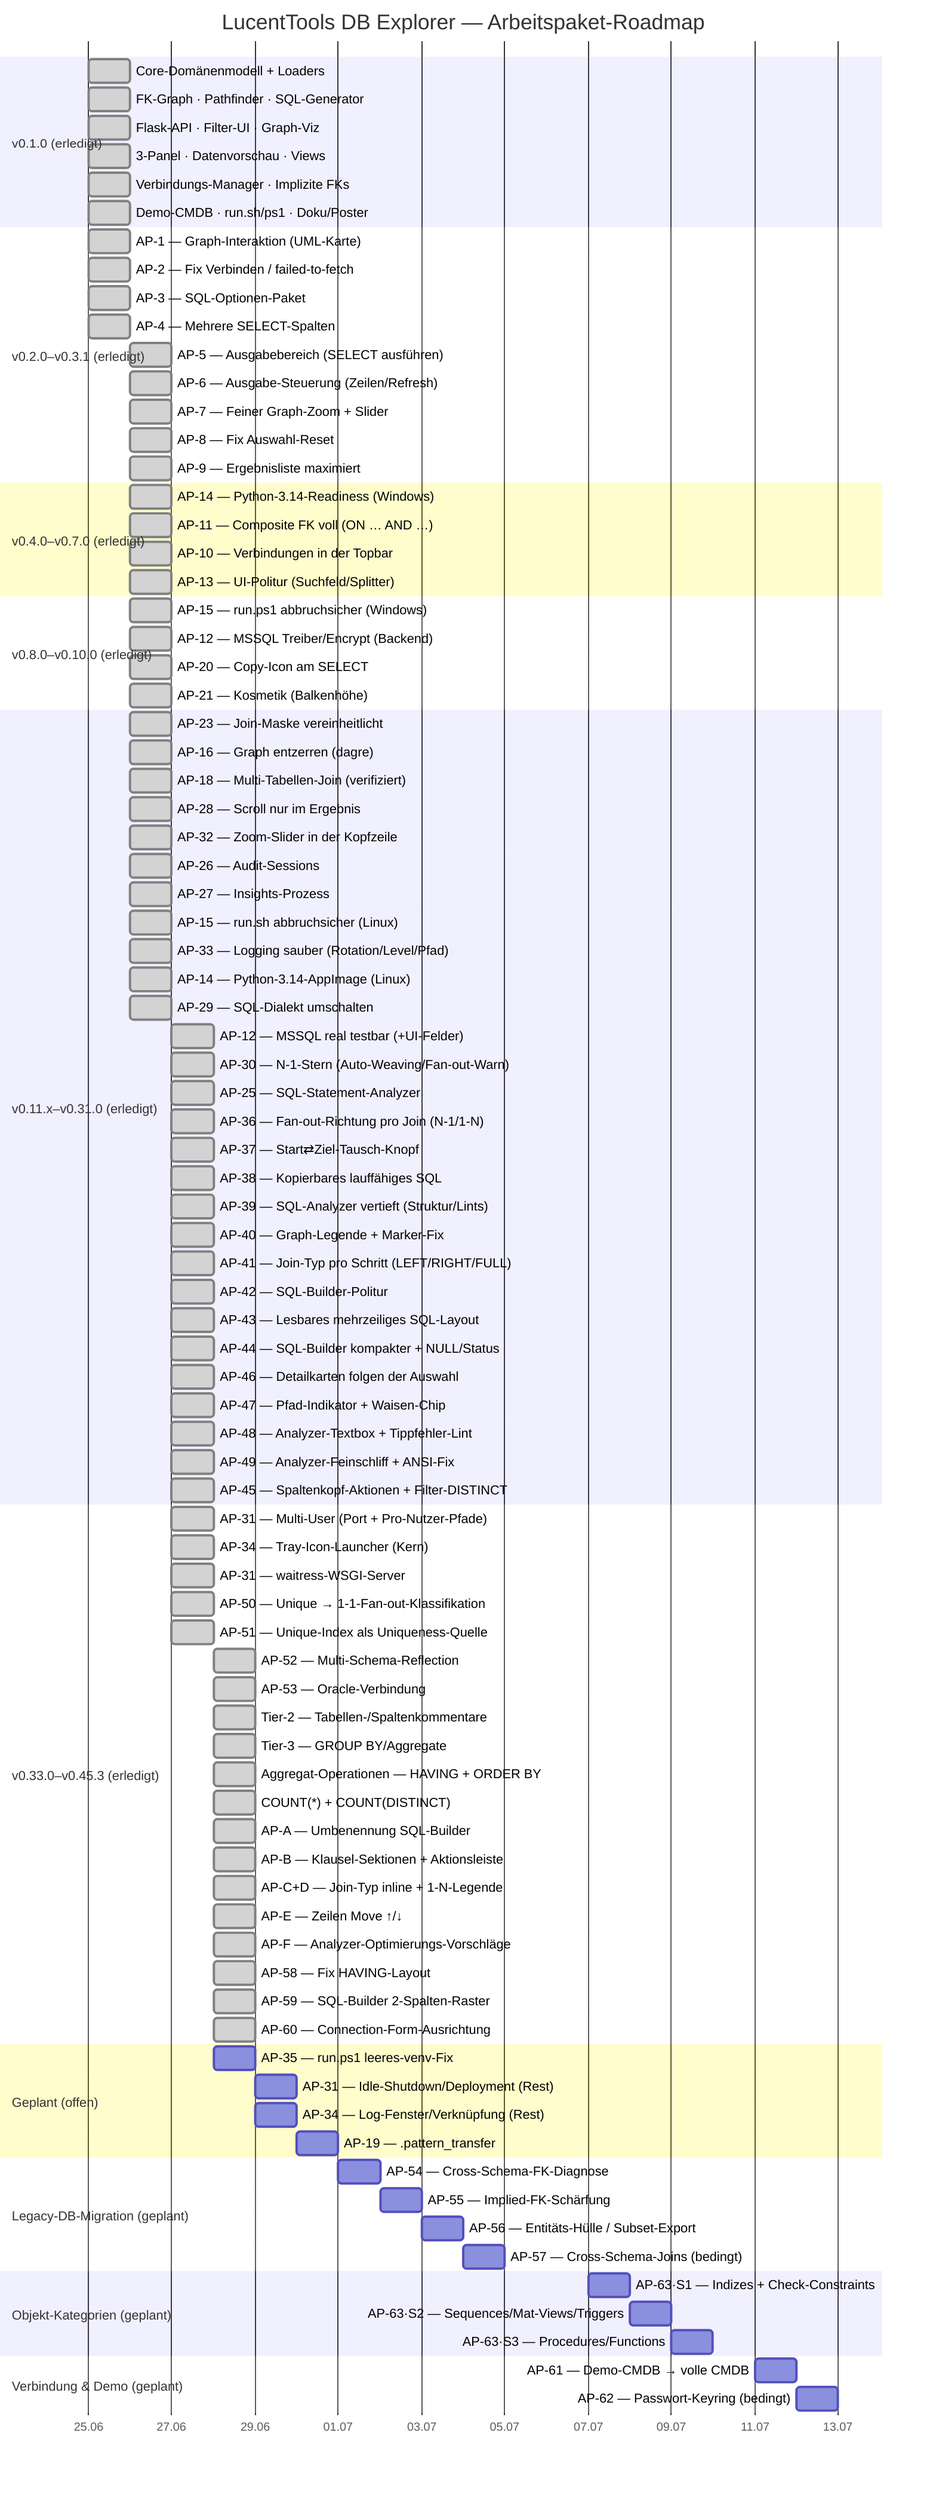
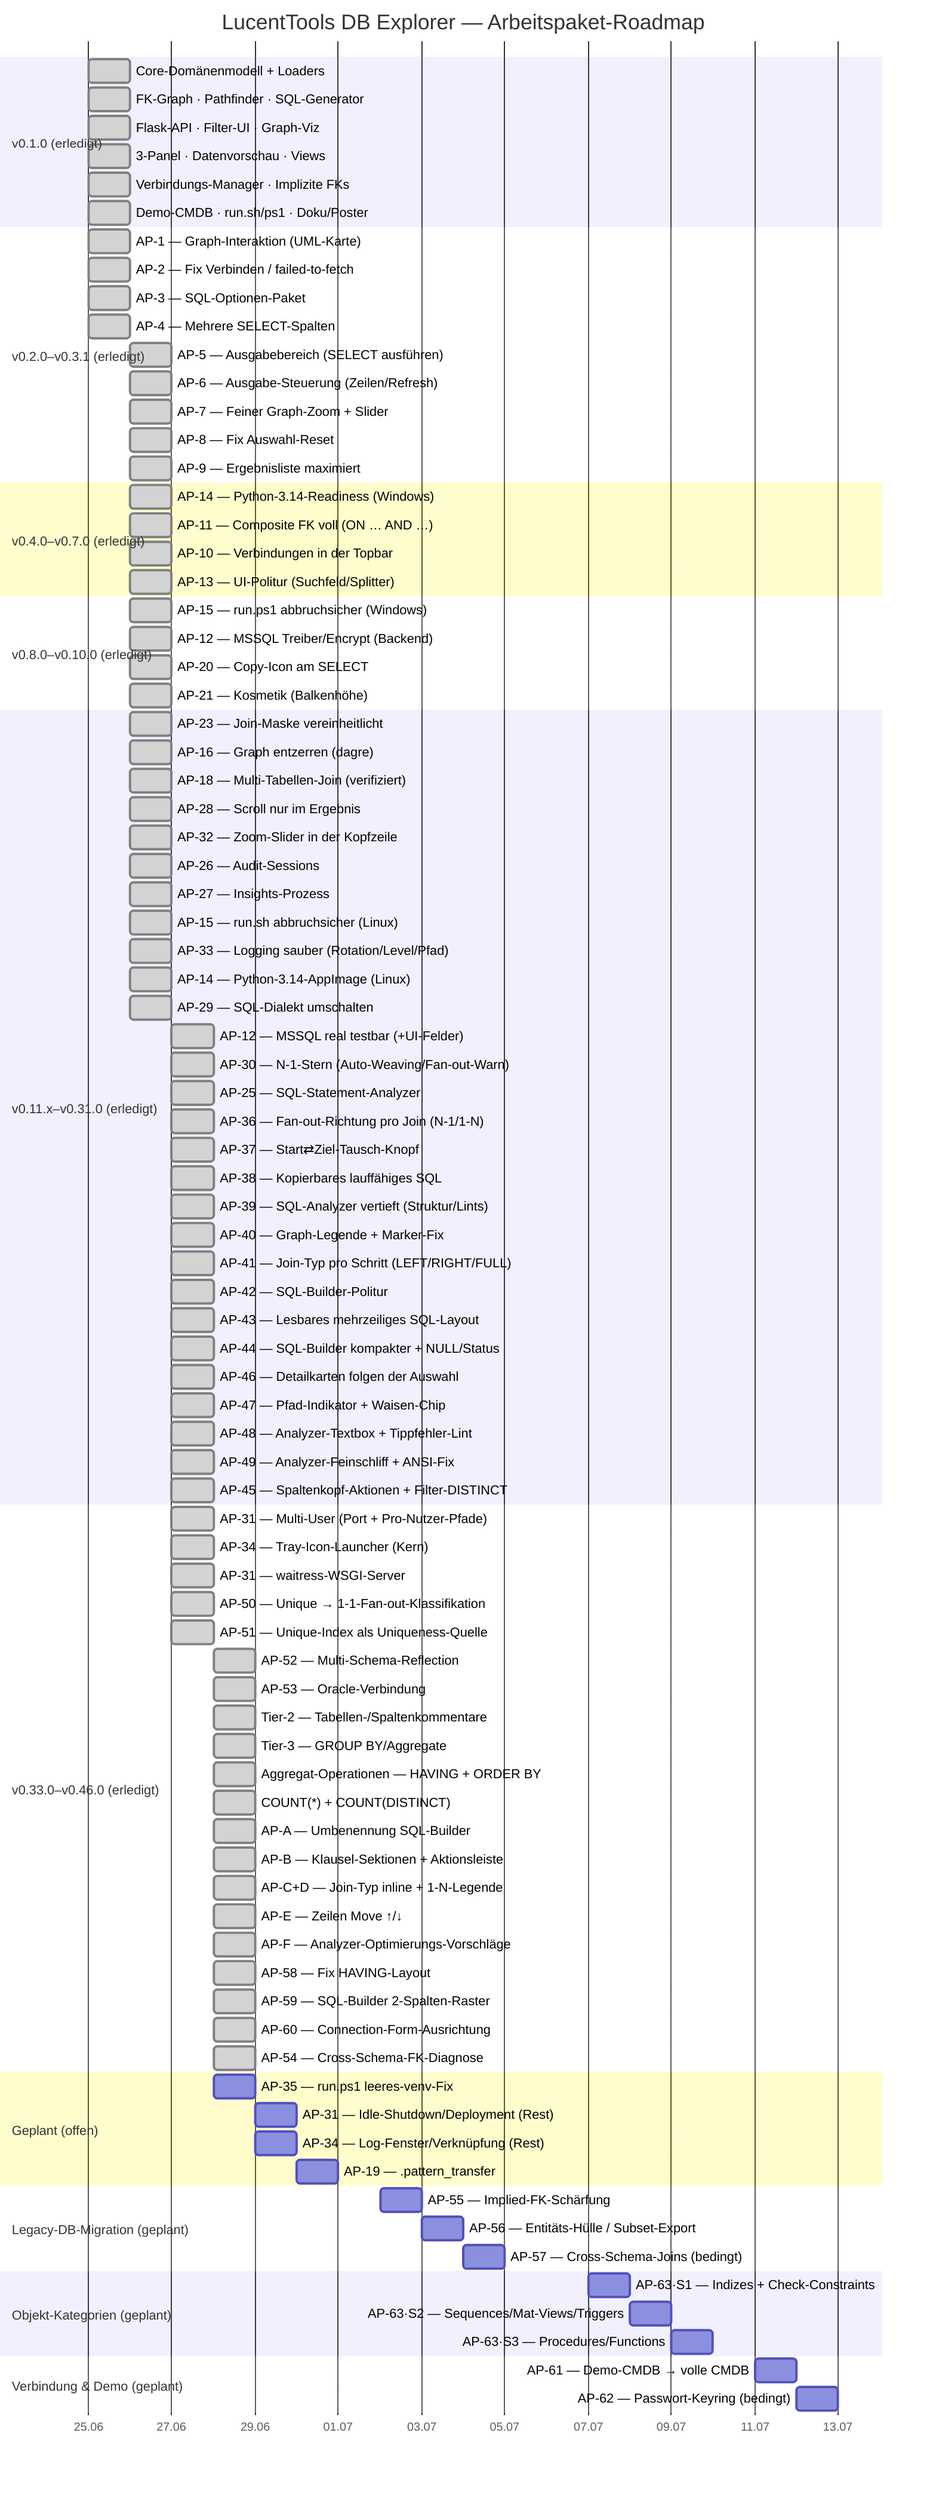
gantt
    title LucentTools DB Explorer — Arbeitspaket-Roadmap
    dateFormat  YYYY-MM-DD
    axisFormat  %d.%m

    section v0.1.0 (erledigt)
    Core-Domänenmodell + Loaders          :done, d1, 2026-06-25, 1d
    FK-Graph · Pathfinder · SQL-Generator :done, d2, 2026-06-25, 1d
    Flask-API · Filter-UI · Graph-Viz     :done, d3, 2026-06-25, 1d
    3-Panel · Datenvorschau · Views       :done, d4, 2026-06-25, 1d
    Verbindungs-Manager · Implizite FKs   :done, d5, 2026-06-25, 1d
    Demo-CMDB · run.sh/ps1 · Doku/Poster  :done, d6, 2026-06-25, 1d

    section v0.2.0–v0.3.1 (erledigt)
    AP-1 — Graph-Interaktion (UML-Karte)        :done, a1, 2026-06-25, 1d
    AP-2 — Fix Verbinden / failed-to-fetch      :done, a2, 2026-06-25, 1d
    AP-3 — SQL-Optionen-Paket                   :done, a3, 2026-06-25, 1d
    AP-4 — Mehrere SELECT-Spalten               :done, a4, 2026-06-25, 1d
    AP-5 — Ausgabebereich (SELECT ausführen)    :done, a5, 2026-06-26, 1d
    AP-6 — Ausgabe-Steuerung (Zeilen/Refresh)   :done, a6, 2026-06-26, 1d
    AP-7 — Feiner Graph-Zoom + Slider           :done, a7, 2026-06-26, 1d
    AP-8 — Fix Auswahl-Reset                    :done, a8, 2026-06-26, 1d
    AP-9 — Ergebnisliste maximiert              :done, a9, 2026-06-26, 1d

    section v0.4.0–v0.7.0 (erledigt)
    AP-14 — Python-3.14-Readiness (Windows)     :done, b1, 2026-06-26, 1d
    AP-11 — Composite FK voll (ON … AND …)      :done, b2, 2026-06-26, 1d
    AP-10 — Verbindungen in der Topbar          :done, b3, 2026-06-26, 1d
    AP-13 — UI-Politur (Suchfeld/Splitter)      :done, b4, 2026-06-26, 1d

    section v0.8.0–v0.10.0 (erledigt)
    AP-15 — run.ps1 abbruchsicher (Windows)     :done, c1, 2026-06-26, 1d
    AP-12 — MSSQL Treiber/Encrypt (Backend)     :done, c2, 2026-06-26, 1d
    AP-20 — Copy-Icon am SELECT                 :done, c3, 2026-06-26, 1d
    AP-21 — Kosmetik (Balkenhöhe)               :done, c4, 2026-06-26, 1d

    section v0.11.x–v0.31.0 (erledigt)
    AP-23 — Join-Maske vereinheitlicht          :done, e1, 2026-06-26, 1d
    AP-16 — Graph entzerren (dagre)             :done, e2, 2026-06-26, 1d
    AP-18 — Multi-Tabellen-Join (verifiziert)   :done, e3, 2026-06-26, 1d
    AP-28 — Scroll nur im Ergebnis              :done, e4, 2026-06-26, 1d
    AP-32 — Zoom-Slider in der Kopfzeile        :done, e5, 2026-06-26, 1d
    AP-26 — Audit-Sessions                      :done, e6, 2026-06-26, 1d
    AP-27 — Insights-Prozess                    :done, e7, 2026-06-26, 1d
    AP-15 — run.sh abbruchsicher (Linux)        :done, e8, 2026-06-26, 1d
    AP-33 — Logging sauber (Rotation/Level/Pfad) :done, e9, 2026-06-26, 1d
    AP-14 — Python-3.14-AppImage (Linux)         :done, e10, 2026-06-26, 1d
    AP-29 — SQL-Dialekt umschalten               :done, e11, 2026-06-26, 1d
    AP-12 — MSSQL real testbar (+UI-Felder)      :done, e12, 2026-06-27, 1d
    AP-30 — N-1-Stern (Auto-Weaving/Fan-out-Warn) :done, e13, 2026-06-27, 1d
    AP-25 — SQL-Statement-Analyzer               :done, e14, 2026-06-27, 1d
    AP-36 — Fan-out-Richtung pro Join (N-1/1-N)  :done, e15, 2026-06-27, 1d
    AP-37 — Start⇄Ziel-Tausch-Knopf              :done, e16, 2026-06-27, 1d
    AP-38 — Kopierbares lauffähiges SQL          :done, e17, 2026-06-27, 1d
    AP-39 — SQL-Analyzer vertieft (Struktur/Lints) :done, e18, 2026-06-27, 1d
    AP-40 — Graph-Legende + Marker-Fix           :done, e19, 2026-06-27, 1d
    AP-41 — Join-Typ pro Schritt (LEFT/RIGHT/FULL) :done, e20, 2026-06-27, 1d
    AP-42 — SQL-Builder-Politur                 :done, e21, 2026-06-27, 1d
    AP-43 — Lesbares mehrzeiliges SQL-Layout      :done, e22, 2026-06-27, 1d
    AP-44 — SQL-Builder kompakter + NULL/Status :done, e23, 2026-06-27, 1d
    AP-46 — Detailkarten folgen der Auswahl       :done, e24, 2026-06-27, 1d
    AP-47 — Pfad-Indikator + Waisen-Chip         :done, e25, 2026-06-27, 1d
    AP-48 — Analyzer-Textbox + Tippfehler-Lint   :done, e26, 2026-06-27, 1d
    AP-49 — Analyzer-Feinschliff + ANSI-Fix       :done, e27, 2026-06-27, 1d
    AP-45 — Spaltenkopf-Aktionen + Filter-DISTINCT :done, e28, 2026-06-27, 1d

-     section v0.33.0–v0.45.3 (erledigt)
+     section v0.33.0–v0.46.0 (erledigt)
    AP-31 — Multi-User (Port + Pro-Nutzer-Pfade) :done, f1, 2026-06-27, 1d
    AP-34 — Tray-Icon-Launcher (Kern)            :done, f2, 2026-06-27, 1d
    AP-31 — waitress-WSGI-Server                 :done, f3, 2026-06-27, 1d
    AP-50 — Unique → 1-1-Fan-out-Klassifikation  :done, f4, 2026-06-27, 1d
    AP-51 — Unique-Index als Uniqueness-Quelle   :done, f5, 2026-06-27, 1d
    AP-52 — Multi-Schema-Reflection              :done, f6, 2026-06-28, 1d
    AP-53 — Oracle-Verbindung                    :done, f7, 2026-06-28, 1d
    Tier-2 — Tabellen-/Spaltenkommentare         :done, f8, 2026-06-28, 1d
    Tier-3 — GROUP BY/Aggregate                  :done, f9, 2026-06-28, 1d
    Aggregat-Operationen — HAVING + ORDER BY     :done, f10, 2026-06-28, 1d
    COUNT(*) + COUNT(DISTINCT)                   :done, f11, 2026-06-28, 1d
    AP-A — Umbenennung SQL-Builder               :done, f12, 2026-06-28, 1d
    AP-B — Klausel-Sektionen + Aktionsleiste     :done, f13, 2026-06-28, 1d
    AP-C+D — Join-Typ inline + 1-N-Legende       :done, f14, 2026-06-28, 1d
    AP-E — Zeilen Move ↑/↓                        :done, f15, 2026-06-28, 1d
    AP-F — Analyzer-Optimierungs-Vorschläge      :done, f16, 2026-06-28, 1d
    AP-58 — Fix HAVING-Layout                    :done, f17, 2026-06-28, 1d
    AP-59 — SQL-Builder 2-Spalten-Raster        :done, f18, 2026-06-28, 1d
    AP-60 — Connection-Form-Ausrichtung         :done, f19, 2026-06-28, 1d
+     AP-54 — Cross-Schema-FK-Diagnose            :done, f20, 2026-06-28, 1d

    section Geplant (offen)
    AP-35 — run.ps1 leeres-venv-Fix             :p3, 2026-06-28, 1d
    AP-31 — Idle-Shutdown/Deployment (Rest)     :p5, 2026-06-29, 1d
    AP-34 — Log-Fenster/Verknüpfung (Rest)      :p6, 2026-06-29, 1d
    AP-19 — .pattern_transfer                   :p11, 2026-06-30, 1d

    section Legacy-DB-Migration (geplant)
-     AP-54 — Cross-Schema-FK-Diagnose            :p20, 2026-07-01, 1d
    AP-55 — Implied-FK-Schärfung                :p21, 2026-07-02, 1d
    AP-56 — Entitäts-Hülle / Subset-Export      :p22, 2026-07-03, 1d
    AP-57 — Cross-Schema-Joins (bedingt)        :p23, 2026-07-04, 1d

    section Objekt-Kategorien (geplant)
    AP-63·S1 — Indizes + Check-Constraints      :p30, 2026-07-07, 1d
    AP-63·S2 — Sequences/Mat-Views/Triggers     :p31, 2026-07-08, 1d
    AP-63·S3 — Procedures/Functions             :p32, 2026-07-09, 1d

    section Verbindung & Demo (geplant)
    AP-61 — Demo-CMDB → volle CMDB              :p41, 2026-07-11, 1d
    AP-62 — Passwort-Keyring (bedingt)          :p42, 2026-07-12, 1d
